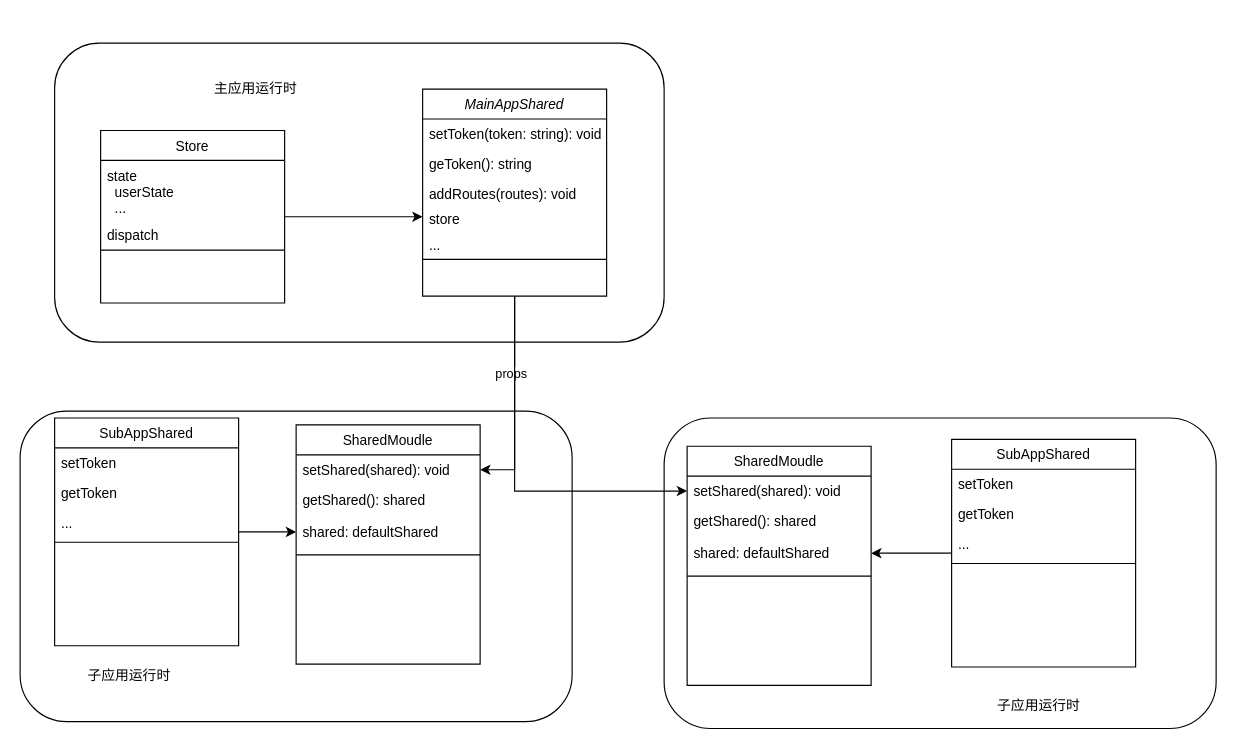
Before: 未命名绘图.drawio in sfyr111/draw, a draw.io diagram. Source tidied: cells renumbered, new cells numbered last; positions are measured from the earlier drawing's top-left corner, leaving out a move shared by most shapes. Both pictures are drawn from the tidied source at 115%, with x=0, y=0 at pixel (20, 43).
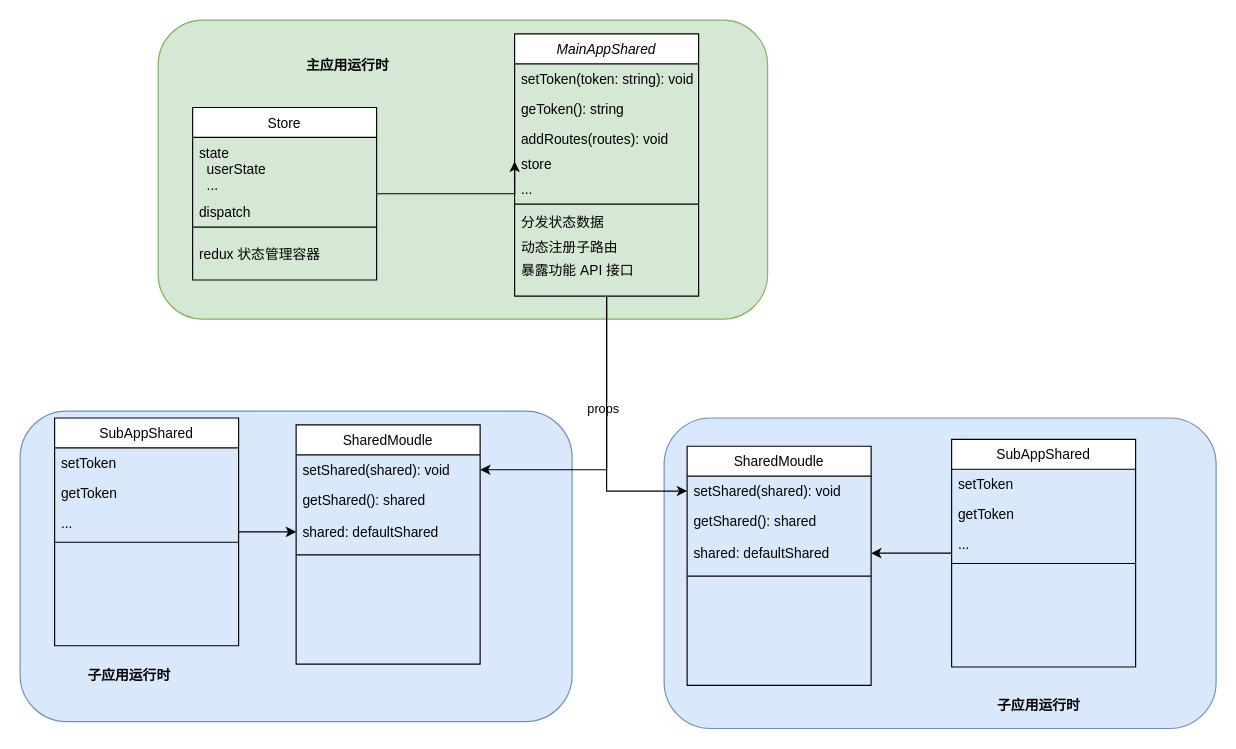
After the change.

Commit message (it also covers changes not shown here):
更新未命名绘图.drawio

The change refers to these unchanged cells:
```xml
<mxCell id="10" value="store" style="text;align=left;verticalAlign=top;spacingLeft=4;spacingRight=4;overflow=hidden;points=[[0,0.5],[1,0.5]];portConstraint=eastwest;rounded=0;shadow=0;html=0;" parent="6" vertex="1">
  <mxGeometry y="100" width="160" height="22" as="geometry" />
</mxCell>
```

The edit, as a diff of the source:
```diff
@@
-    <mxCell id="2" style="rounded=1;whiteSpace=wrap;html=1;align=left;" parent="1" vertex="1">
+    <mxCell id="2" style="rounded=1;whiteSpace=wrap;html=1;align=left;fillColor=#dae8fc;strokeColor=#6c8ebf;" parent="1" vertex="1">
       <mxGeometry y="320" width="480" height="270" as="geometry" />
     </mxCell>
-    <mxCell id="3" style="rounded=1;whiteSpace=wrap;html=1;align=left;" parent="1" vertex="1">
-      <mxGeometry x="30" width="530" height="260" as="geometry" />
+    <mxCell id="3" style="rounded=1;whiteSpace=wrap;html=1;align=left;fillColor=#d5e8d4;strokeColor=#82b366;" parent="1" vertex="1">
+      <mxGeometry x="120" y="-20" width="530" height="260" as="geometry" />
     </mxCell>
@@
     <mxCell id="6" value="MainAppShared" style="swimlane;fontStyle=2;align=center;verticalAlign=top;horizontal=1;startSize=26;rounded=0;shadow=0;strokeWidth=1;" parent="1" vertex="1">
-      <mxGeometry x="350" y="40" width="160" height="180" as="geometry" />
+      <mxGeometry x="430" y="-8" width="160" height="228" as="geometry" />
     </mxCell>
@@
     <mxCell id="24" style="edgeStyle=orthogonalEdgeStyle;rounded=0;jettySize=auto;html=1;entryX=0;entryY=0.5;entryDx=0;entryDy=0;" parent="1" edge="1" source="25" target="10">
       <mxGeometry relative="1" as="geometry">
         <Array as="points">
-          <mxPoint x="230" y="100" />
-          <mxPoint x="230" y="151" />
+          <mxPoint x="310" y="80" />
+          <mxPoint x="310" y="131" />
         </Array>
       </mxGeometry>
     </mxCell>
     <mxCell id="25" value="Store" style="swimlane;fontStyle=0;align=center;verticalAlign=top;horizontal=1;startSize=26;rounded=0;shadow=0;strokeWidth=1;" parent="1" vertex="1">
-      <mxGeometry x="70" y="76" width="160" height="150" as="geometry" />
+      <mxGeometry x="150" y="56" width="160" height="150" as="geometry" />
     </mxCell>
@@
-    <mxCell id="29" value="主应用运行时" style="text;html=1;strokeColor=none;fillColor=none;align=center;verticalAlign=middle;whiteSpace=wrap;rounded=0;" parent="1" vertex="1">
-      <mxGeometry x="150" y="30" width="110" height="20" as="geometry" />
+    <mxCell id="29" value="主应用运行时" style="text;html=1;strokeColor=none;fillColor=none;align=center;verticalAlign=middle;whiteSpace=wrap;rounded=0;fontStyle=1;" parent="1" vertex="1">
+      <mxGeometry x="230" y="10" width="110" height="20" as="geometry" />
     </mxCell>
-    <mxCell id="30" value="子应用运行时" style="text;html=1;strokeColor=none;fillColor=none;align=center;verticalAlign=middle;whiteSpace=wrap;rounded=0;" parent="1" vertex="1">
+    <mxCell id="30" value="子应用运行时" style="text;html=1;strokeColor=none;fillColor=none;align=center;verticalAlign=middle;whiteSpace=wrap;rounded=0;fontStyle=1;" parent="1" vertex="1">
       <mxGeometry x="40" y="540" width="110" height="20" as="geometry" />
     </mxCell>
-    <mxCell id="31" style="rounded=1;whiteSpace=wrap;html=1;align=left;" parent="1" vertex="1">
+    <mxCell id="31" style="rounded=1;whiteSpace=wrap;html=1;align=left;fillColor=#dae8fc;strokeColor=#6c8ebf;" parent="1" vertex="1">
       <mxGeometry x="560" y="326" width="480" height="270" as="geometry" />
     </mxCell>
@@
-    <mxCell id="43" value="子应用运行时" style="text;html=1;strokeColor=none;fillColor=none;align=center;verticalAlign=middle;whiteSpace=wrap;rounded=0;" parent="1" vertex="1">
+    <mxCell id="43" value="子应用运行时" style="text;html=1;strokeColor=none;fillColor=none;align=center;verticalAlign=middle;whiteSpace=wrap;rounded=0;fontStyle=1;" parent="1" vertex="1">
       <mxGeometry x="831" y="566" width="110" height="20" as="geometry" />
     </mxCell>
@@
+    <mxCell id="45" value="redux 状态管理容器" style="text;align=left;verticalAlign=top;spacingLeft=4;spacingRight=4;overflow=hidden;rounded=0;shadow=0;html=0;" parent="1" vertex="1">
+      <mxGeometry x="150" y="170" width="160" height="22" as="geometry" />
+    </mxCell>
+    <mxCell id="46" value="分发状态数据" style="text;align=left;verticalAlign=top;spacingLeft=4;spacingRight=4;overflow=hidden;rounded=0;shadow=0;html=0;" parent="1" vertex="1">
+      <mxGeometry x="430" y="142" width="160" height="22" as="geometry" />
+    </mxCell>
+    <mxCell id="47" value="动态注册子路由" style="text;align=left;verticalAlign=top;spacingLeft=4;spacingRight=4;overflow=hidden;rounded=0;shadow=0;html=0;" parent="1" vertex="1">
+      <mxGeometry x="430" y="164" width="160" height="22" as="geometry" />
+    </mxCell>
+    <mxCell id="48" value="暴露功能 API 接口" style="text;align=left;verticalAlign=top;spacingLeft=4;spacingRight=4;overflow=hidden;rounded=0;shadow=0;html=0;" parent="1" vertex="1">
+      <mxGeometry x="430" y="184" width="160" height="22" as="geometry" />
+    </mxCell>
```
